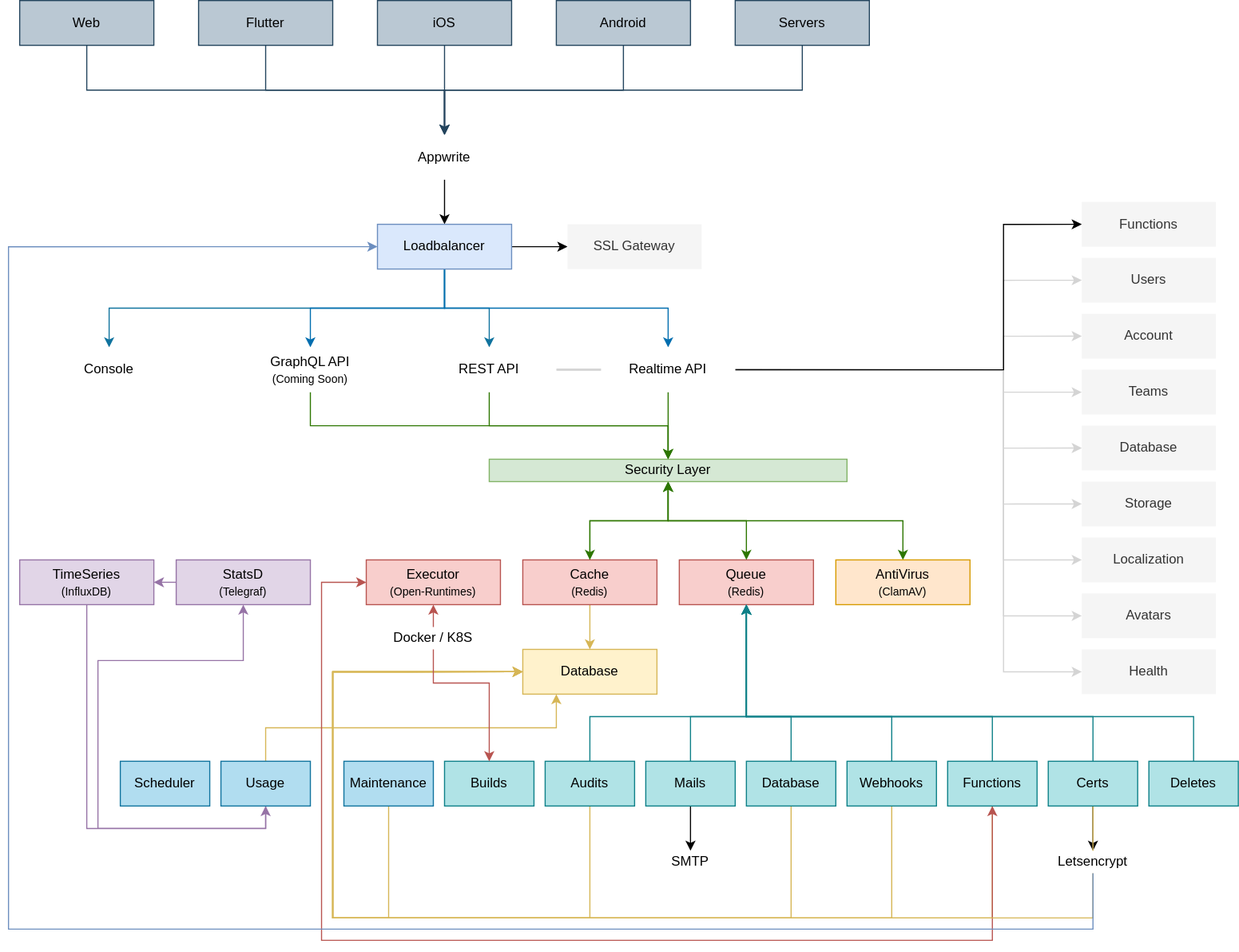
silverknight59222/appwrite keeps this draw.io diagram as docs/specs/overview.drawio.svg. Above is the earlier version. Source tidied: cells renumbered, new cells last; positions are measured from the earlier drawing's top-left corner, leaving out a move shared by most shapes.
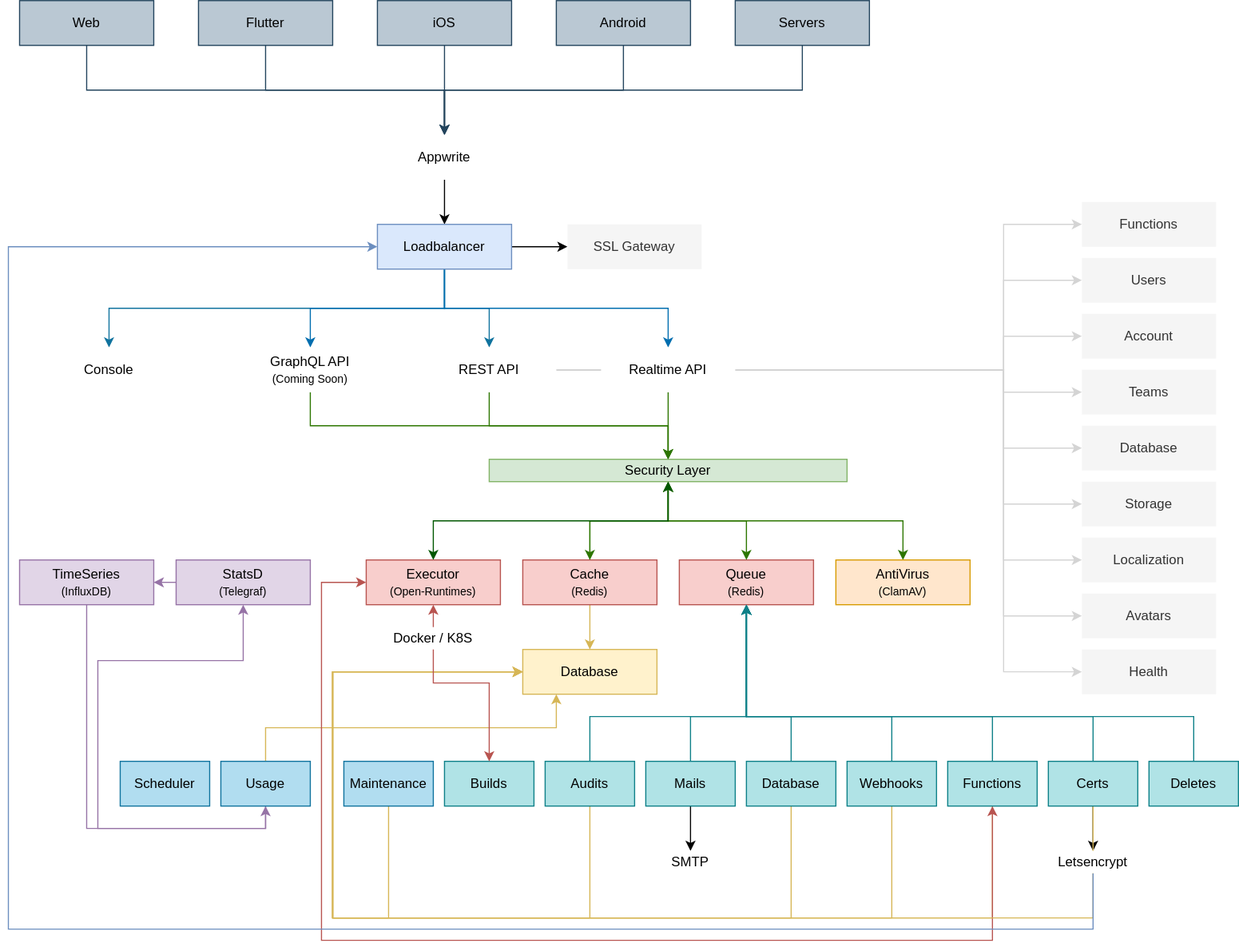
Later version of the same file.

Change to the diagram source:
```diff
@@ -388,7 +388,7 @@
     <mxCell id="83" style="edgeStyle=orthogonalEdgeStyle;rounded=0;jettySize=auto;html=1;exitX=0.5;exitY=1;exitDx=0;exitDy=0;entryX=0.5;entryY=0;entryDx=0;entryDy=0;fillColor=#60a917;strokeColor=#2D7600;" parent="1" edge="1" source="85" target="49">
       <mxGeometry relative="1" as="geometry" />
     </mxCell>
-    <mxCell id="84" style="edgeStyle=orthogonalEdgeStyle;rounded=0;html=1;exitX=1;exitY=0.5;exitDx=0;exitDy=0;entryX=0;entryY=0.5;entryDx=0;entryDy=0;fontSize=10;startArrow=none;startFill=0;" parent="1" edge="1" source="85" target="92">
+    <mxCell id="84" style="edgeStyle=orthogonalEdgeStyle;rounded=0;html=1;exitX=1;exitY=0.5;exitDx=0;exitDy=0;entryX=0;entryY=0.5;entryDx=0;entryDy=0;fontSize=10;startArrow=none;startFill=0;strokeColor=#D4D4D4;" parent="1" edge="1" source="85" target="92">
       <mxGeometry relative="1" as="geometry">
         <Array as="points">
           <mxPoint x="890" y="330" />
@@ -408,6 +408,9 @@
     <mxCell id="88" style="edgeStyle=orthogonalEdgeStyle;rounded=0;html=1;exitX=0.5;exitY=1;exitDx=0;exitDy=0;fontSize=10;fillColor=#f8cecc;strokeColor=#b85450;startArrow=classic;startFill=1;" parent="1" edge="1" source="89" target="87">
       <mxGeometry relative="1" as="geometry" />
     </mxCell>
+    <mxCell id="95" style="edgeStyle=orthogonalEdgeStyle;html=1;exitX=0.5;exitY=0;exitDx=0;exitDy=0;entryX=0.5;entryY=1;entryDx=0;entryDy=0;rounded=0;fillColor=#008a00;strokeColor=#005700;startArrow=classic;startFill=1;" parent="1" edge="1" source="89" target="49">
+      <mxGeometry relative="1" as="geometry" />
+    </mxCell>
     <mxCell id="89" value="Executor&lt;br&gt;&lt;font style=&quot;font-size: 10px&quot;&gt;(Open-Runtimes)&lt;/font&gt;" style="rounded=0;whiteSpace=wrap;html=1;strokeColor=#b85450;fillColor=#f8cecc;fontColor=#000000;labelBorderColor=none;" parent="1" vertex="1">
       <mxGeometry x="320" y="500" width="120" height="40" as="geometry" />
     </mxCell>
```
